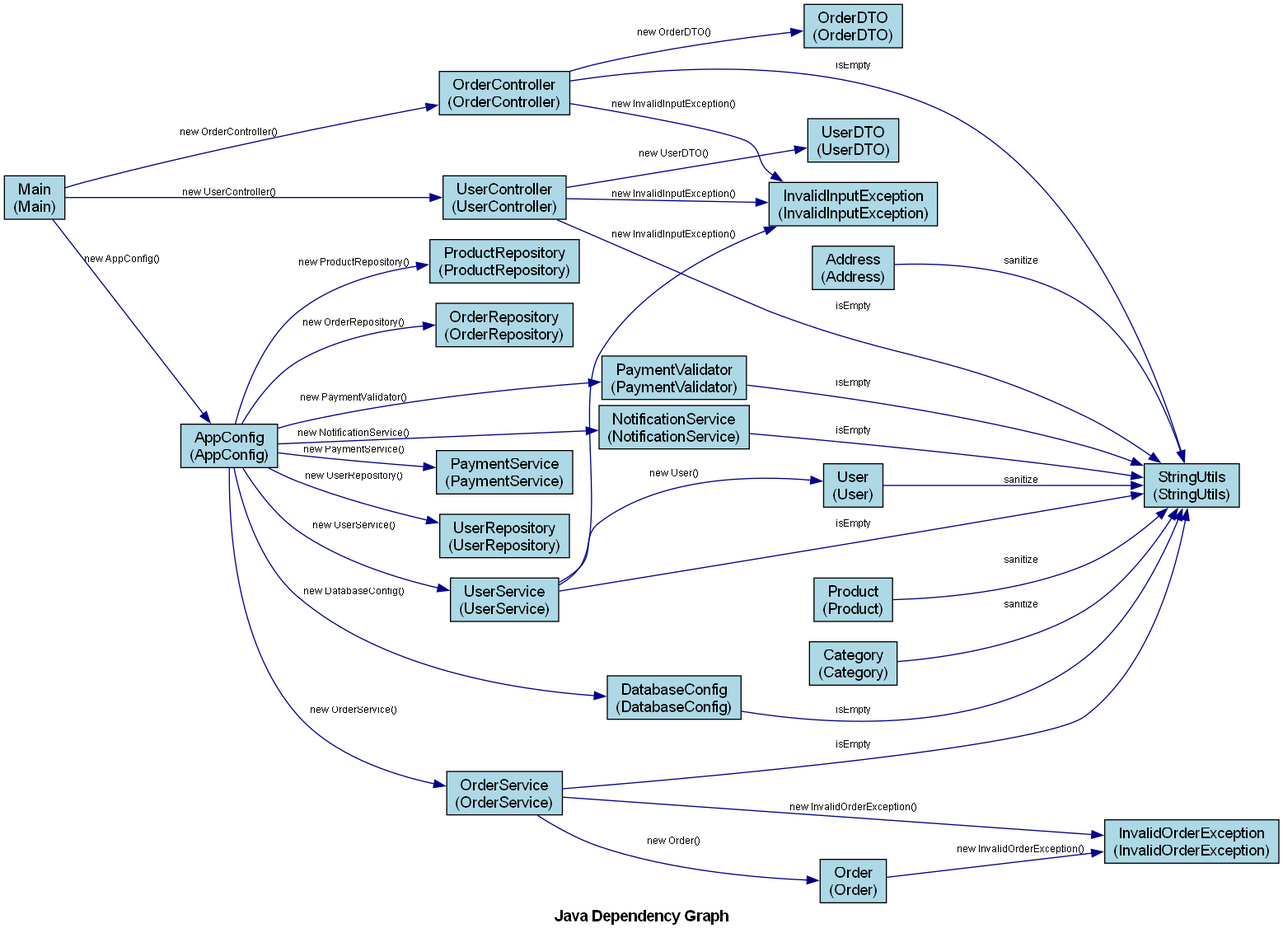
tudao164/DependGraphForJava2 keeps this Graphviz diagram as dependencies.png. Above is the earlier version. Its source is kept beside it as dependencies.dot. Its diagram source:
```dot
digraph JavaDependencies {
    rankdir=LR;
    node [shape=box, style=filled, fillcolor=lightblue, fontname="Arial"];
    edge [fontname="Arial", fontsize=9, color=darkblue];
    graph [fontname="Arial Bold", fontsize=14, label="Java Dependency Graph"];

    "UserController" [label="UserController\n(UserController)", URL="javascript:showNodeInfo('UserController')", fillcolor="lightblue"];
    "DatabaseConfig" [label="DatabaseConfig\n(DatabaseConfig)", URL="javascript:showNodeInfo('DatabaseConfig')", fillcolor="lightblue"];
    "Order" [label="Order\n(Order)", URL="javascript:showNodeInfo('Order')", fillcolor="lightblue"];
    "UserService" [label="UserService\n(UserService)", URL="javascript:showNodeInfo('UserService')", fillcolor="lightblue"];
    "OrderService" [label="OrderService\n(OrderService)", URL="javascript:showNodeInfo('OrderService')", fillcolor="lightblue"];
    "Main" [label="Main\n(Main)", URL="javascript:showNodeInfo('Main')", fillcolor="lightblue"];
    "Product" [label="Product\n(Product)", URL="javascript:showNodeInfo('Product')", fillcolor="lightblue"];
    "AppConfig" [label="AppConfig\n(AppConfig)", URL="javascript:showNodeInfo('AppConfig')", fillcolor="lightblue"];
    "Category" [label="Category\n(Category)", URL="javascript:showNodeInfo('Category')", fillcolor="lightblue"];
    "OrderController" [label="OrderController\n(OrderController)", URL="javascript:showNodeInfo('OrderController')", fillcolor="lightblue"];
    "ProductRepository" [label="ProductRepository\n(ProductRepository)", URL="javascript:showNodeInfo('ProductRepository')", fillcolor="lightblue"];
    "PaymentValidator" [label="PaymentValidator\n(PaymentValidator)", URL="javascript:showNodeInfo('PaymentValidator')", fillcolor="lightblue"];
    "OrderRepository" [label="OrderRepository\n(OrderRepository)", URL="javascript:showNodeInfo('OrderRepository')", fillcolor="lightblue"];
    "User" [label="User\n(User)", URL="javascript:showNodeInfo('User')", fillcolor="lightblue"];
    "PaymentService" [label="PaymentService\n(PaymentService)", URL="javascript:showNodeInfo('PaymentService')", fillcolor="lightblue"];
    "NotificationService" [label="NotificationService\n(NotificationService)", URL="javascript:showNodeInfo('NotificationService')", fillcolor="lightblue"];
    "UserDTO" [label="UserDTO\n(UserDTO)", URL="javascript:showNodeInfo('UserDTO')", fillcolor="lightblue"];
    "Address" [label="Address\n(Address)", URL="javascript:showNodeInfo('Address')", fillcolor="lightblue"];
    "UserRepository" [label="UserRepository\n(UserRepository)", URL="javascript:showNodeInfo('UserRepository')", fillcolor="lightblue"];
    "OrderDTO" [label="OrderDTO\n(OrderDTO)", URL="javascript:showNodeInfo('OrderDTO')", fillcolor="lightblue"];
    "InvalidOrderException" [label="InvalidOrderException\n(InvalidOrderException)", URL="javascript:showNodeInfo('InvalidOrderException')", fillcolor="lightblue"];
    "InvalidInputException" [label="InvalidInputException\n(InvalidInputException)", URL="javascript:showNodeInfo('InvalidInputException')", fillcolor="lightblue"];
    "StringUtils" [label="StringUtils\n(StringUtils)", URL="javascript:showNodeInfo('StringUtils')", fillcolor="lightblue"];

    "Main" -> "AppConfig" [label="new AppConfig()", URL="javascript:showEdgeInfo('Main', 'AppConfig')"];
    "Main" -> "UserController" [label="new UserController()", URL="javascript:showEdgeInfo('Main', 'UserController')"];
    "Main" -> "OrderController" [label="new OrderController()", URL="javascript:showEdgeInfo('Main', 'OrderController')"];
    "OrderController" -> "StringUtils" [label="isEmpty", URL="javascript:showEdgeInfo('OrderController', 'StringUtils')"];
    "OrderController" -> "InvalidInputException" [label="new InvalidInputException()", URL="javascript:showEdgeInfo('OrderController', 'InvalidInputException')"];
    "OrderController" -> "OrderDTO" [label="new OrderDTO()", URL="javascript:showEdgeInfo('OrderController', 'OrderDTO')"];
    "UserController" -> "StringUtils" [label="isEmpty", URL="javascript:showEdgeInfo('UserController', 'StringUtils')"];
    "UserController" -> "InvalidInputException" [label="new InvalidInputException()", URL="javascript:showEdgeInfo('UserController', 'InvalidInputException')"];
    "UserController" -> "UserDTO" [label="new UserDTO()", URL="javascript:showEdgeInfo('UserController', 'UserDTO')"];
    "Address" -> "StringUtils" [label="sanitize", URL="javascript:showEdgeInfo('Address', 'StringUtils')"];
    "Category" -> "StringUtils" [label="sanitize", URL="javascript:showEdgeInfo('Category', 'StringUtils')"];
    "Order" -> "InvalidOrderException" [label="new InvalidOrderException()", URL="javascript:showEdgeInfo('Order', 'InvalidOrderException')"];
    "Product" -> "StringUtils" [label="sanitize", URL="javascript:showEdgeInfo('Product', 'StringUtils')"];
    "User" -> "StringUtils" [label="sanitize", URL="javascript:showEdgeInfo('User', 'StringUtils')"];
    "NotificationService" -> "StringUtils" [label="isEmpty", URL="javascript:showEdgeInfo('NotificationService', 'StringUtils')"];
    "OrderService" -> "StringUtils" [label="isEmpty", URL="javascript:showEdgeInfo('OrderService', 'StringUtils')"];
    "OrderService" -> "InvalidOrderException" [label="new InvalidOrderException()", URL="javascript:showEdgeInfo('OrderService', 'InvalidOrderException')"];
    "OrderService" -> "Order" [label="new Order()", URL="javascript:showEdgeInfo('OrderService', 'Order')"];
    "UserService" -> "StringUtils" [label="isEmpty", URL="javascript:showEdgeInfo('UserService', 'StringUtils')"];
    "UserService" -> "InvalidInputException" [label="new InvalidInputException()", URL="javascript:showEdgeInfo('UserService', 'InvalidInputException')"];
    "UserService" -> "User" [label="new User()", URL="javascript:showEdgeInfo('UserService', 'User')"];
    "AppConfig" -> "DatabaseConfig" [label="new DatabaseConfig()", URL="javascript:showEdgeInfo('AppConfig', 'DatabaseConfig')"];
    "AppConfig" -> "UserRepository" [label="new UserRepository()", URL="javascript:showEdgeInfo('AppConfig', 'UserRepository')"];
    "AppConfig" -> "OrderRepository" [label="new OrderRepository()", URL="javascript:showEdgeInfo('AppConfig', 'OrderRepository')"];
    "AppConfig" -> "ProductRepository" [label="new ProductRepository()", URL="javascript:showEdgeInfo('AppConfig', 'ProductRepository')"];
    "AppConfig" -> "NotificationService" [label="new NotificationService()", URL="javascript:showEdgeInfo('AppConfig', 'NotificationService')"];
    "AppConfig" -> "PaymentService" [label="new PaymentService()", URL="javascript:showEdgeInfo('AppConfig', 'PaymentService')"];
    "AppConfig" -> "PaymentValidator" [label="new PaymentValidator()", URL="javascript:showEdgeInfo('AppConfig', 'PaymentValidator')"];
    "AppConfig" -> "UserService" [label="new UserService()", URL="javascript:showEdgeInfo('AppConfig', 'UserService')"];
    "AppConfig" -> "OrderService" [label="new OrderService()", URL="javascript:showEdgeInfo('AppConfig', 'OrderService')"];
    "DatabaseConfig" -> "StringUtils" [label="isEmpty", URL="javascript:showEdgeInfo('DatabaseConfig', 'StringUtils')"];
    "PaymentValidator" -> "StringUtils" [label="isEmpty", URL="javascript:showEdgeInfo('PaymentValidator', 'StringUtils')"];
}
```
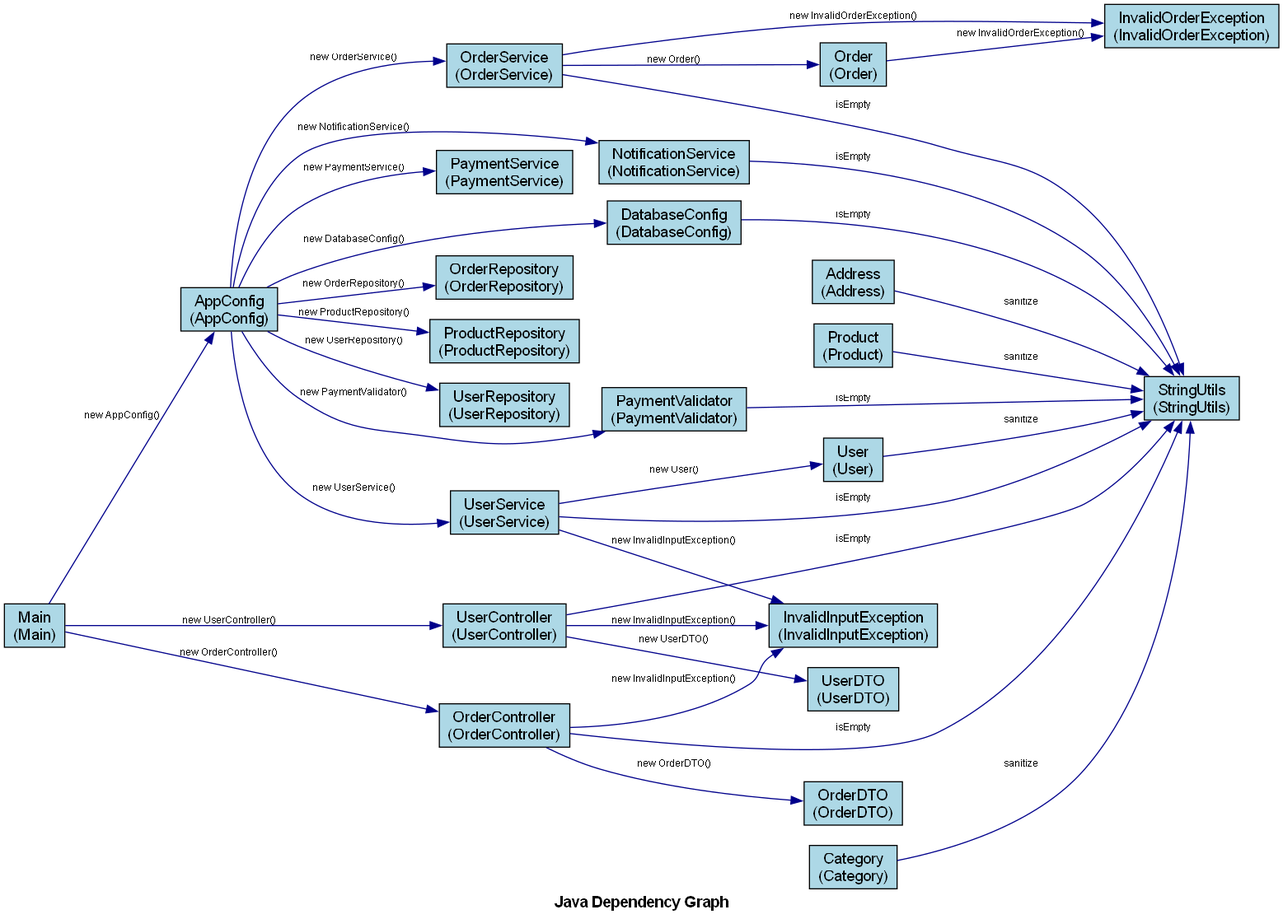
After the commit.

The edit, as a diff of the source:
```diff
@@ -4,29 +4,29 @@
     edge [fontname="Arial", fontsize=9, color=darkblue];
     graph [fontname="Arial Bold", fontsize=14, label="Java Dependency Graph"];
 
-    "UserController" [label="UserController\n(UserController)", URL="javascript:showNodeInfo('UserController')", fillcolor="lightblue"];
+    "UserRepository" [label="UserRepository\n(UserRepository)", URL="javascript:showNodeInfo('UserRepository')", fillcolor="lightblue"];
+    "StringUtils" [label="StringUtils\n(StringUtils)", URL="javascript:showNodeInfo('StringUtils')", fillcolor="lightblue"];
+    "UserService" [label="UserService\n(UserService)", URL="javascript:showNodeInfo('UserService')", fillcolor="lightblue"];
+    "PaymentService" [label="PaymentService\n(PaymentService)", URL="javascript:showNodeInfo('PaymentService')", fillcolor="lightblue"];
+    "NotificationService" [label="NotificationService\n(NotificationService)", URL="javascript:showNodeInfo('NotificationService')", fillcolor="lightblue"];
+    "OrderService" [label="OrderService\n(OrderService)", URL="javascript:showNodeInfo('OrderService')", fillcolor="lightblue"];
     "DatabaseConfig" [label="DatabaseConfig\n(DatabaseConfig)", URL="javascript:showNodeInfo('DatabaseConfig')", fillcolor="lightblue"];
+    "OrderRepository" [label="OrderRepository\n(OrderRepository)", URL="javascript:showNodeInfo('OrderRepository')", fillcolor="lightblue"];
+    "OrderController" [label="OrderController\n(OrderController)", URL="javascript:showNodeInfo('OrderController')", fillcolor="lightblue"];
+    "PaymentValidator" [label="PaymentValidator\n(PaymentValidator)", URL="javascript:showNodeInfo('PaymentValidator')", fillcolor="lightblue"];
     "Order" [label="Order\n(Order)", URL="javascript:showNodeInfo('Order')", fillcolor="lightblue"];
-    "UserService" [label="UserService\n(UserService)", URL="javascript:showNodeInfo('UserService')", fillcolor="lightblue"];
-    "OrderService" [label="OrderService\n(OrderService)", URL="javascript:showNodeInfo('OrderService')", fillcolor="lightblue"];
-    "Main" [label="Main\n(Main)", URL="javascript:showNodeInfo('Main')", fillcolor="lightblue"];
-    "Product" [label="Product\n(Product)", URL="javascript:showNodeInfo('Product')", fillcolor="lightblue"];
     "AppConfig" [label="AppConfig\n(AppConfig)", URL="javascript:showNodeInfo('AppConfig')", fillcolor="lightblue"];
     "Category" [label="Category\n(Category)", URL="javascript:showNodeInfo('Category')", fillcolor="lightblue"];
-    "OrderController" [label="OrderController\n(OrderController)", URL="javascript:showNodeInfo('OrderController')", fillcolor="lightblue"];
+    "OrderDTO" [label="OrderDTO\n(OrderDTO)", URL="javascript:showNodeInfo('OrderDTO')", fillcolor="lightblue"];
+    "InvalidInputException" [label="InvalidInputException\n(InvalidInputException)", URL="javascript:showNodeInfo('InvalidInputException')", fillcolor="lightblue"];
+    "Product" [label="Product\n(Product)", URL="javascript:showNodeInfo('Product')", fillcolor="lightblue"];
+    "UserDTO" [label="UserDTO\n(UserDTO)", URL="javascript:showNodeInfo('UserDTO')", fillcolor="lightblue"];
+    "UserController" [label="UserController\n(UserController)", URL="javascript:showNodeInfo('UserController')", fillcolor="lightblue"];
+    "Address" [label="Address\n(Address)", URL="javascript:showNodeInfo('Address')", fillcolor="lightblue"];
     "ProductRepository" [label="ProductRepository\n(ProductRepository)", URL="javascript:showNodeInfo('ProductRepository')", fillcolor="lightblue"];
-    "PaymentValidator" [label="PaymentValidator\n(PaymentValidator)", URL="javascript:showNodeInfo('PaymentValidator')", fillcolor="lightblue"];
-    "OrderRepository" [label="OrderRepository\n(OrderRepository)", URL="javascript:showNodeInfo('OrderRepository')", fillcolor="lightblue"];
+    "InvalidOrderException" [label="InvalidOrderException\n(InvalidOrderException)", URL="javascript:showNodeInfo('InvalidOrderException')", fillcolor="lightblue"];
+    "Main" [label="Main\n(Main)", URL="javascript:showNodeInfo('Main')", fillcolor="lightblue"];
     "User" [label="User\n(User)", URL="javascript:showNodeInfo('User')", fillcolor="lightblue"];
-    "PaymentService" [label="PaymentService\n(PaymentService)", URL="javascript:showNodeInfo('PaymentService')", fillcolor="lightblue"];
-    "NotificationService" [label="NotificationService\n(NotificationService)", URL="javascript:showNodeInfo('NotificationService')", fillcolor="lightblue"];
-    "UserDTO" [label="UserDTO\n(UserDTO)", URL="javascript:showNodeInfo('UserDTO')", fillcolor="lightblue"];
-    "Address" [label="Address\n(Address)", URL="javascript:showNodeInfo('Address')", fillcolor="lightblue"];
-    "UserRepository" [label="UserRepository\n(UserRepository)", URL="javascript:showNodeInfo('UserRepository')", fillcolor="lightblue"];
-    "OrderDTO" [label="OrderDTO\n(OrderDTO)", URL="javascript:showNodeInfo('OrderDTO')", fillcolor="lightblue"];
-    "InvalidOrderException" [label="InvalidOrderException\n(InvalidOrderException)", URL="javascript:showNodeInfo('InvalidOrderException')", fillcolor="lightblue"];
-    "InvalidInputException" [label="InvalidInputException\n(InvalidInputException)", URL="javascript:showNodeInfo('InvalidInputException')", fillcolor="lightblue"];
-    "StringUtils" [label="StringUtils\n(StringUtils)", URL="javascript:showNodeInfo('StringUtils')", fillcolor="lightblue"];
 
     "Main" -> "AppConfig" [label="new AppConfig()", URL="javascript:showEdgeInfo('Main', 'AppConfig')"];
     "Main" -> "UserController" [label="new UserController()", URL="javascript:showEdgeInfo('Main', 'UserController')"];
```
